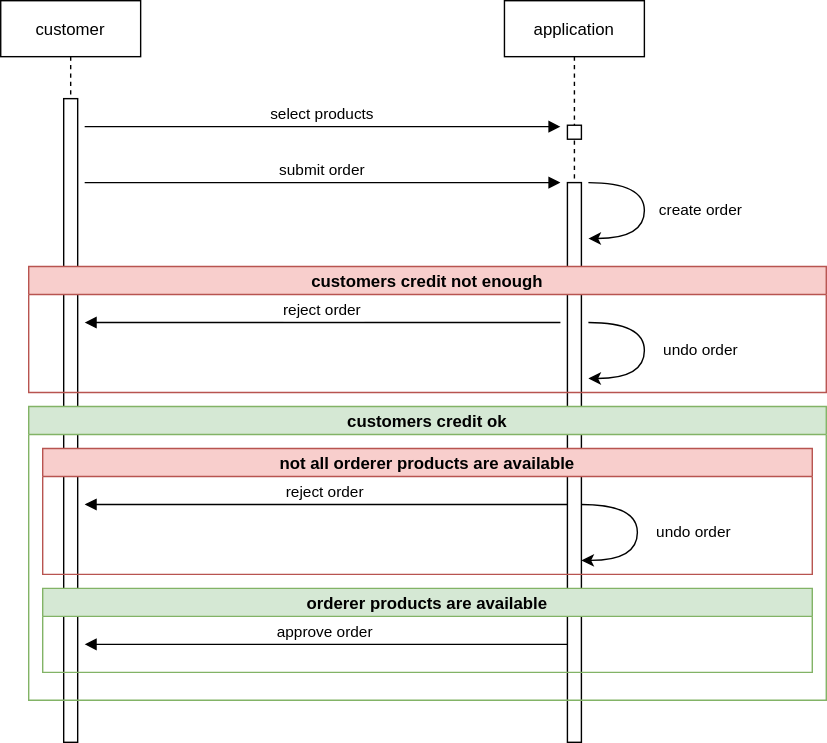
The draw.io diagram images/sequencediagram.drawio.svg in tederer/ssoa-pt-grp7, before a commit. Source tidied: cells renumbered, new cells last; positions are measured from the earlier drawing's top-left corner, leaving out a move shared by most shapes.
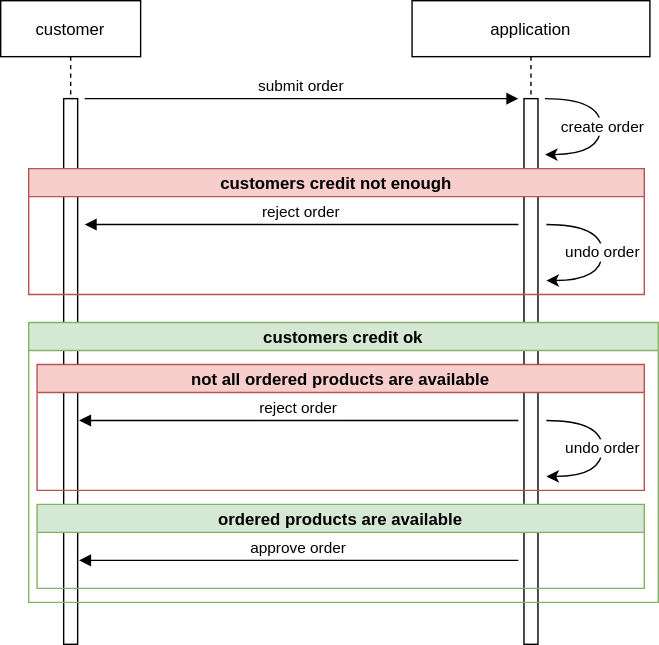
Later version of the same file.

The edit, as a diff of the source:
```diff
@@ -3,91 +3,82 @@
     <mxCell id="0" />
     <mxCell id="1" parent="0" />
     <mxCell id="2" value="customer" style="shape=umlLifeline;perimeter=lifelinePerimeter;rounded=0;shadow=0;strokeWidth=1;" parent="1" vertex="1">
-      <mxGeometry width="100" height="510" as="geometry" />
+      <mxGeometry y="90" width="100" height="420" as="geometry" />
     </mxCell>
     <mxCell id="3" style="perimeter=orthogonalPerimeter;rounded=0;shadow=0;strokeWidth=1;" parent="2" vertex="1">
-      <mxGeometry x="45" y="70" width="10" height="460" as="geometry" />
+      <mxGeometry x="45" y="70" width="10" height="390" as="geometry" />
     </mxCell>
     <mxCell id="4" value="application" style="shape=umlLifeline;perimeter=lifelinePerimeter;rounded=0;shadow=0;strokeWidth=1;" parent="1" vertex="1">
-      <mxGeometry x="360" width="100" height="530" as="geometry" />
+      <mxGeometry x="294" y="90" width="170" height="460" as="geometry" />
     </mxCell>
     <mxCell id="5" style="perimeter=orthogonalPerimeter;rounded=0;shadow=0;strokeWidth=1;" parent="4" vertex="1">
-      <mxGeometry x="45" y="130" width="10" height="400" as="geometry" />
+      <mxGeometry x="80" y="70" width="10" height="390" as="geometry" />
     </mxCell>
-    <mxCell id="6" style="perimeter=orthogonalPerimeter;rounded=0;shadow=0;strokeWidth=1;" parent="4" vertex="1">
-      <mxGeometry x="45" y="89" width="10" height="10" as="geometry" />
-    </mxCell>
+    <mxCell id="10" value="create order" style="curved=1;endArrow=classic;html=1;rounded=0;" parent="4" edge="1">
+      <mxGeometry y="1" relative="1" as="geometry">
+        <mxPoint x="95" y="70" as="sourcePoint" />
+        <mxPoint x="95" y="110" as="targetPoint" />
+        <Array as="points">
+          <mxPoint x="135" y="70" />
+          <mxPoint x="135" y="110" />
+        </Array>
+      </mxGeometry>
+    </mxCell>
+    <mxCell id="9" value="submit order" style="verticalAlign=bottom;endArrow=block;shadow=0;strokeWidth=1;" parent="1" edge="1">
+      <mxGeometry relative="1" as="geometry">
+        <mxPoint x="60" y="160" as="sourcePoint" />
+        <mxPoint x="370" y="160" as="targetPoint" />
+      </mxGeometry>
+    </mxCell>
+    <mxCell id="11" value="customers credit not enough" style="swimlane;startSize=20;fillStyle=solid;fillColor=#f8cecc;strokeColor=#b85450;" parent="1" vertex="1">
+      <mxGeometry x="20" y="210" width="440" height="90" as="geometry" />
+    </mxCell>
-    <mxCell id="7" value="undo order" style="curved=1;endArrow=classic;html=1;rounded=0;" parent="4" edge="1">
-      <mxGeometry y="40" relative="1" as="geometry">
-        <mxPoint x="60" y="230" as="sourcePoint" />
-        <mxPoint x="60" y="270" as="targetPoint" />
+    <mxCell id="7" value="undo order" style="curved=1;endArrow=classic;html=1;rounded=0;" parent="11" edge="1">
+      <mxGeometry relative="1" as="geometry">
+        <mxPoint x="370" y="40" as="sourcePoint" />
+        <mxPoint x="370" y="80" as="targetPoint" />
         <Array as="points">
-          <mxPoint x="100" y="230" />
-          <mxPoint x="100" y="270" />
+          <mxPoint x="410" y="40" />
+          <mxPoint x="410" y="80" />
         </Array>
       </mxGeometry>
     </mxCell>
-    <mxCell id="8" value="select products" style="verticalAlign=bottom;endArrow=block;shadow=0;strokeWidth=1;" parent="1" edge="1">
-      <mxGeometry relative="1" as="geometry">
-        <mxPoint x="60" y="90" as="sourcePoint" />
-        <mxPoint x="400" y="90" as="targetPoint" />
-      </mxGeometry>
-    </mxCell>
-    <mxCell id="9" value="submit order" style="verticalAlign=bottom;endArrow=block;shadow=0;strokeWidth=1;" parent="1" edge="1">
-      <mxGeometry relative="1" as="geometry">
-        <mxPoint x="60" y="130" as="sourcePoint" />
-        <mxPoint x="400" y="130" as="targetPoint" />
-      </mxGeometry>
-    </mxCell>
-    <mxCell id="10" value="create order" style="curved=1;endArrow=classic;html=1;rounded=0;" parent="1" edge="1">
-      <mxGeometry y="40" relative="1" as="geometry">
-        <mxPoint x="420" y="130" as="sourcePoint" />
-        <mxPoint x="420" y="170" as="targetPoint" />
-        <Array as="points">
-          <mxPoint x="460" y="130" />
-          <mxPoint x="460" y="170" />
-        </Array>
-      </mxGeometry>
-    </mxCell>
-    <mxCell id="11" value="customers credit not enough" style="swimlane;startSize=20;fillStyle=solid;fillColor=#f8cecc;strokeColor=#b85450;" parent="1" vertex="1">
-      <mxGeometry x="20" y="190" width="570" height="90" as="geometry" />
-    </mxCell>
     <mxCell id="12" value="reject order" style="verticalAlign=bottom;endArrow=block;shadow=0;strokeWidth=1;" parent="1" edge="1">
       <mxGeometry relative="1" as="geometry">
-        <mxPoint x="400" y="230" as="sourcePoint" />
-        <mxPoint x="60" y="230" as="targetPoint" />
+        <mxPoint x="370" y="250" as="sourcePoint" />
+        <mxPoint x="60" y="250" as="targetPoint" />
       </mxGeometry>
     </mxCell>
     <mxCell id="13" value="customers credit ok" style="swimlane;startSize=20;fillColor=#d5e8d4;strokeColor=#82b366;" parent="1" vertex="1">
-      <mxGeometry x="20" y="290" width="570" height="210" as="geometry" />
+      <mxGeometry x="20" y="320" width="450" height="200" as="geometry" />
     </mxCell>
-    <mxCell id="14" value="not all orderer products are available" style="swimlane;startSize=20;fillColor=#f8cecc;strokeColor=#b85450;" parent="13" vertex="1">
-      <mxGeometry x="10" y="30" width="550" height="90" as="geometry" />
+    <mxCell id="14" value="not all ordered products are available" style="swimlane;startSize=20;fillColor=#f8cecc;strokeColor=#b85450;" parent="13" vertex="1">
+      <mxGeometry x="6" y="30" width="434" height="90" as="geometry" />
     </mxCell>
-    <mxCell id="15" value="undo order" style="curved=1;endArrow=classic;html=1;rounded=0;" parent="14" edge="1">
-      <mxGeometry y="40" relative="1" as="geometry">
-        <mxPoint x="385" y="40" as="sourcePoint" />
-        <mxPoint x="385" y="80" as="targetPoint" />
-        <Array as="points">
-          <mxPoint x="425" y="40" />
-          <mxPoint x="425" y="80" />
-        </Array>
-      </mxGeometry>
-    </mxCell>
     <mxCell id="16" value="reject order" style="verticalAlign=bottom;endArrow=block;shadow=0;strokeWidth=1;" parent="14" edge="1">
       <mxGeometry relative="1" as="geometry">
-        <mxPoint x="375" y="40" as="sourcePoint" />
+        <mxPoint x="344" y="40" as="sourcePoint" />
         <mxPoint x="30" y="40" as="targetPoint" />
       </mxGeometry>
     </mxCell>
-    <mxCell id="17" value="orderer products are available" style="swimlane;startSize=20;fillColor=#d5e8d4;strokeColor=#82b366;" parent="13" vertex="1">
-      <mxGeometry x="10" y="130" width="550" height="60" as="geometry" />
+    <mxCell id="17" value="ordered products are available" style="swimlane;startSize=20;fillColor=#d5e8d4;strokeColor=#82b366;" parent="13" vertex="1">
+      <mxGeometry x="6" y="130" width="434" height="60" as="geometry" />
     </mxCell>
     <mxCell id="18" value="approve order" style="verticalAlign=bottom;endArrow=block;shadow=0;strokeWidth=1;" parent="17" edge="1">
       <mxGeometry relative="1" as="geometry">
-        <mxPoint x="375" y="40" as="sourcePoint" />
+        <mxPoint x="344" y="40" as="sourcePoint" />
         <mxPoint x="30" y="40" as="targetPoint" />
       </mxGeometry>
     </mxCell>
+    <mxCell id="15" value="undo order" style="curved=1;endArrow=classic;html=1;rounded=0;" parent="13" edge="1">
+      <mxGeometry relative="1" as="geometry">
+        <mxPoint x="370" y="70" as="sourcePoint" />
+        <mxPoint x="370" y="110" as="targetPoint" />
+        <Array as="points">
+          <mxPoint x="410" y="70" />
+          <mxPoint x="410" y="110" />
+        </Array>
+      </mxGeometry>
+    </mxCell>
   </root>
 </mxGraphModel>
```
